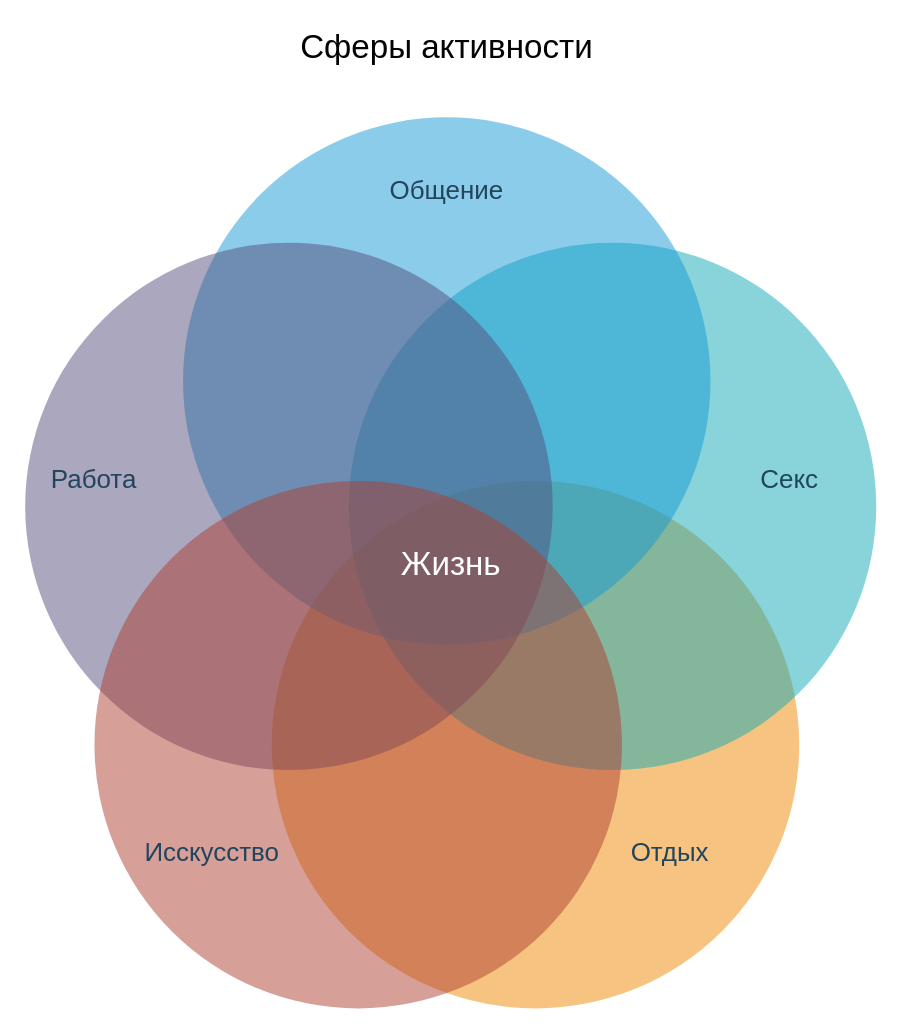
The draw.io diagram Радость жизни.drawio in ropog3ovomou/tmp, before the edit. Source tidied: cells renumbered, new cells numbered last; positions are measured from the earlier drawing's top-left corner, leaving out a move shared by most shapes. Both pictures are drawn from the tidied source at 144%, with x=0, y=0 at pixel (24, 24).
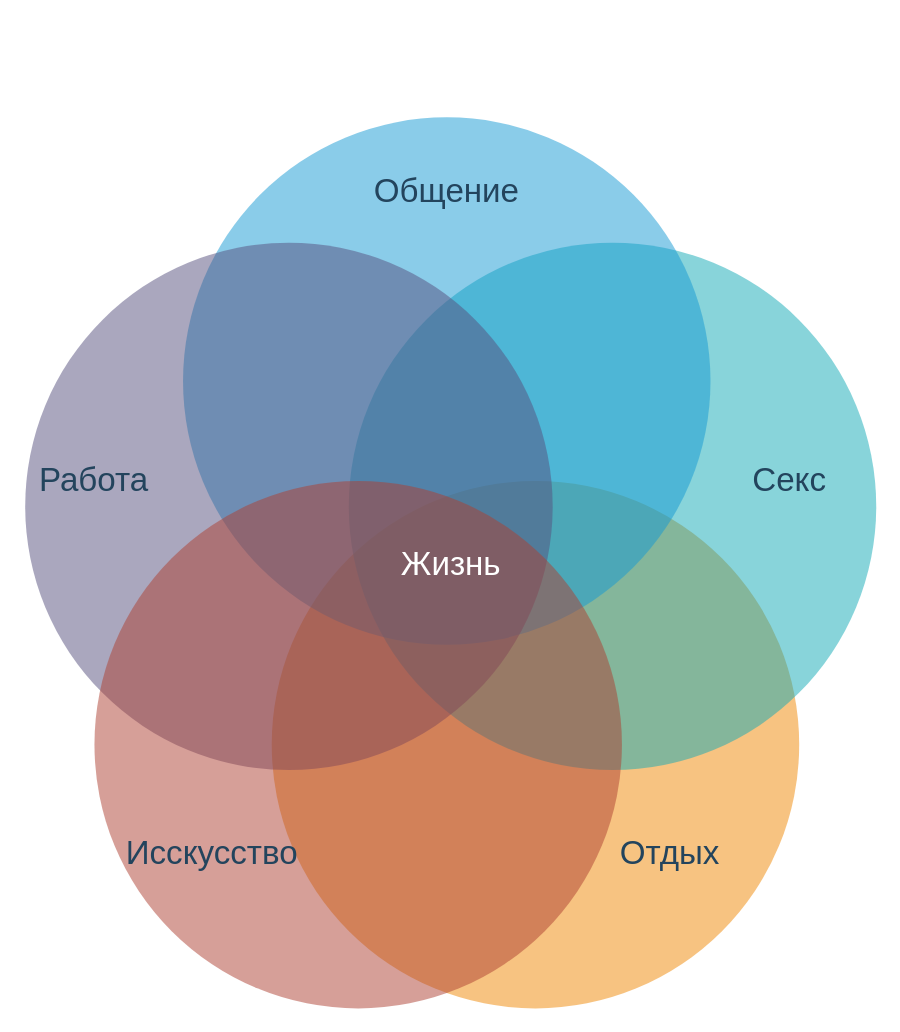
After the change.

Diff of the diagram source:
```diff
@@
 <mxGraphModel>
   <root>
     <mxCell id="0" />
     <mxCell id="1" parent="0" />
-    <mxCell id="2" style="group;" parent="1" vertex="1">
+    <mxCell id="2" style="group;fontSize=23;" parent="1" vertex="1">
       <mxGeometry y="64" width="591" height="618.8" as="geometry" />
     </mxCell>
-    <mxCell id="3" style="ellipse;whiteSpace=wrap;html=1;rounded=1;shadow=0;glass=0;labelBackgroundColor=#FFFFFF;strokeColor=none;strokeWidth=2;fillColor=#F08705;gradientColor=none;fontFamily=Helvetica;fontSize=25;fontColor=#2F5B7C;align=left;opacity=50;" parent="2" vertex="1">
+    <mxCell id="3" style="ellipse;whiteSpace=wrap;html=1;rounded=1;shadow=0;glass=0;labelBackgroundColor=#FFFFFF;strokeColor=none;strokeWidth=2;fillColor=#F08705;gradientColor=none;fontFamily=Helvetica;fontSize=23;fontColor=#2F5B7C;align=left;opacity=50;" parent="2" vertex="1">
       <mxGeometry x="171.2" y="252.5" width="366.3" height="366.3" as="geometry" />
     </mxCell>
-    <mxCell id="4" style="ellipse;whiteSpace=wrap;html=1;rounded=1;shadow=0;glass=0;labelBackgroundColor=#FFFFFF;strokeColor=none;strokeWidth=2;fillColor=#12AAB5;gradientColor=none;fontFamily=Helvetica;fontSize=25;fontColor=#2F5B7C;align=left;opacity=50;" parent="2" vertex="1">
+    <mxCell id="4" style="ellipse;whiteSpace=wrap;html=1;rounded=1;shadow=0;glass=0;labelBackgroundColor=#FFFFFF;strokeColor=none;strokeWidth=2;fillColor=#12AAB5;gradientColor=none;fontFamily=Helvetica;fontSize=23;fontColor=#2F5B7C;align=left;opacity=50;" parent="2" vertex="1">
       <mxGeometry x="224.7" y="87" width="366.3" height="366.3" as="geometry" />
     </mxCell>
-    <mxCell id="5" style="ellipse;whiteSpace=wrap;html=1;rounded=1;shadow=0;glass=0;labelBackgroundColor=#FFFFFF;strokeColor=none;strokeWidth=2;fillColor=#1699D3;gradientColor=none;fontFamily=Helvetica;fontSize=25;fontColor=#2F5B7C;align=left;opacity=50;" parent="2" vertex="1">
+    <mxCell id="5" style="ellipse;whiteSpace=wrap;html=1;rounded=1;shadow=0;glass=0;labelBackgroundColor=#FFFFFF;strokeColor=none;strokeWidth=2;fillColor=#1699D3;gradientColor=none;fontFamily=Helvetica;fontSize=23;fontColor=#2F5B7C;align=left;opacity=50;" parent="2" vertex="1">
       <mxGeometry x="109.6" width="366.3" height="366.3" as="geometry" />
     </mxCell>
-    <mxCell id="6" style="ellipse;whiteSpace=wrap;html=1;rounded=1;shadow=0;glass=0;labelBackgroundColor=#FFFFFF;strokeColor=none;strokeWidth=2;fillColor=#56517E;gradientColor=none;fontFamily=Helvetica;fontSize=25;fontColor=#2F5B7C;align=left;opacity=50;" parent="2" vertex="1">
+    <mxCell id="6" style="ellipse;whiteSpace=wrap;html=1;rounded=1;shadow=0;glass=0;labelBackgroundColor=#FFFFFF;strokeColor=none;strokeWidth=2;fillColor=#56517E;gradientColor=none;fontFamily=Helvetica;fontSize=23;fontColor=#2F5B7C;align=left;opacity=50;" parent="2" vertex="1">
       <mxGeometry y="87" width="366.3" height="366.3" as="geometry" />
     </mxCell>
-    <mxCell id="7" style="ellipse;whiteSpace=wrap;html=1;rounded=1;shadow=0;glass=0;labelBackgroundColor=#FFFFFF;strokeColor=none;strokeWidth=2;fillColor=#AE4132;gradientColor=none;fontFamily=Helvetica;fontSize=25;fontColor=#2F5B7C;align=left;opacity=50;" parent="2" vertex="1">
+    <mxCell id="7" style="ellipse;whiteSpace=wrap;html=1;rounded=1;shadow=0;glass=0;labelBackgroundColor=#FFFFFF;strokeColor=none;strokeWidth=2;fillColor=#AE4132;gradientColor=none;fontFamily=Helvetica;fontSize=23;fontColor=#2F5B7C;align=left;opacity=50;" parent="2" vertex="1">
       <mxGeometry x="48.1" y="252.5" width="366.3" height="366.3" as="geometry" />
     </mxCell>
-    <mxCell id="8" value="Отдых" style="text;html=1;strokeColor=none;fillColor=none;align=center;verticalAlign=middle;whiteSpace=wrap;rounded=0;shadow=1;labelBackgroundColor=none;fontSize=18;fontColor=#23445D;" parent="2" vertex="1">
+    <mxCell id="8" value="Отдых" style="text;html=1;strokeColor=none;fillColor=none;align=center;verticalAlign=middle;whiteSpace=wrap;rounded=0;shadow=1;labelBackgroundColor=none;fontSize=23;fontColor=#23445D;" parent="2" vertex="1">
       <mxGeometry x="428" y="501" width="40" height="20" as="geometry" />
     </mxCell>
-    <mxCell id="9" value="Общение" style="text;html=1;strokeColor=none;fillColor=none;align=center;verticalAlign=middle;whiteSpace=wrap;rounded=0;shadow=1;labelBackgroundColor=none;fontSize=18;fontColor=#23445D;" parent="2" vertex="1">
+    <mxCell id="9" value="Общение" style="text;html=1;strokeColor=none;fillColor=none;align=center;verticalAlign=middle;whiteSpace=wrap;rounded=0;shadow=1;labelBackgroundColor=none;fontSize=23;fontColor=#23445D;" parent="2" vertex="1">
       <mxGeometry x="273" y="41" width="40" height="20" as="geometry" />
     </mxCell>
-    <mxCell id="10" value="Секс" style="text;html=1;strokeColor=none;fillColor=none;align=center;verticalAlign=middle;whiteSpace=wrap;rounded=0;shadow=1;labelBackgroundColor=none;fontSize=18;fontColor=#23445D;" parent="2" vertex="1">
+    <mxCell id="10" value="Секс" style="text;html=1;strokeColor=none;fillColor=none;align=center;verticalAlign=middle;whiteSpace=wrap;rounded=0;shadow=1;labelBackgroundColor=none;fontSize=23;fontColor=#23445D;" parent="2" vertex="1">
       <mxGeometry x="511" y="241.5" width="40" height="20" as="geometry" />
     </mxCell>
-    <mxCell id="11" value="Исскусство" style="text;html=1;strokeColor=none;fillColor=none;align=center;verticalAlign=middle;whiteSpace=wrap;rounded=0;shadow=1;labelBackgroundColor=none;fontSize=18;fontColor=#23445D;" parent="2" vertex="1">
+    <mxCell id="11" value="Исскусство" style="text;html=1;strokeColor=none;fillColor=none;align=center;verticalAlign=middle;whiteSpace=wrap;rounded=0;shadow=1;labelBackgroundColor=none;fontSize=23;fontColor=#23445D;" parent="2" vertex="1">
       <mxGeometry x="109.5" y="501" width="40" height="20" as="geometry" />
     </mxCell>
-    <mxCell id="12" value="Работа" style="text;html=1;strokeColor=none;fillColor=none;align=center;verticalAlign=middle;whiteSpace=wrap;rounded=0;shadow=1;labelBackgroundColor=none;fontSize=18;fontColor=#23445D;" parent="2" vertex="1">
+    <mxCell id="12" value="Работа" style="text;html=1;strokeColor=none;fillColor=none;align=center;verticalAlign=middle;whiteSpace=wrap;rounded=0;shadow=1;labelBackgroundColor=none;fontSize=23;fontColor=#23445D;" parent="2" vertex="1">
       <mxGeometry x="28" y="241.5" width="40" height="20" as="geometry" />
     </mxCell>
     <mxCell id="13" value="Жизнь" style="text;html=1;strokeColor=none;fillColor=none;align=center;verticalAlign=middle;whiteSpace=wrap;rounded=0;fontSize=23;fontColor=#FFFFFF;" parent="2" vertex="1">
       <mxGeometry x="266" y="295" width="60" height="30" as="geometry" />
     </mxCell>
-    <mxCell id="14" value="Сферы активности" style="text;html=1;strokeColor=none;fillColor=none;align=center;verticalAlign=middle;whiteSpace=wrap;rounded=0;fontColor=#030303;fontSize=23;" parent="1" vertex="1">
-      <mxGeometry x="176" width="234" height="30" as="geometry" />
-    </mxCell>
   </root>
 </mxGraphModel>
```
